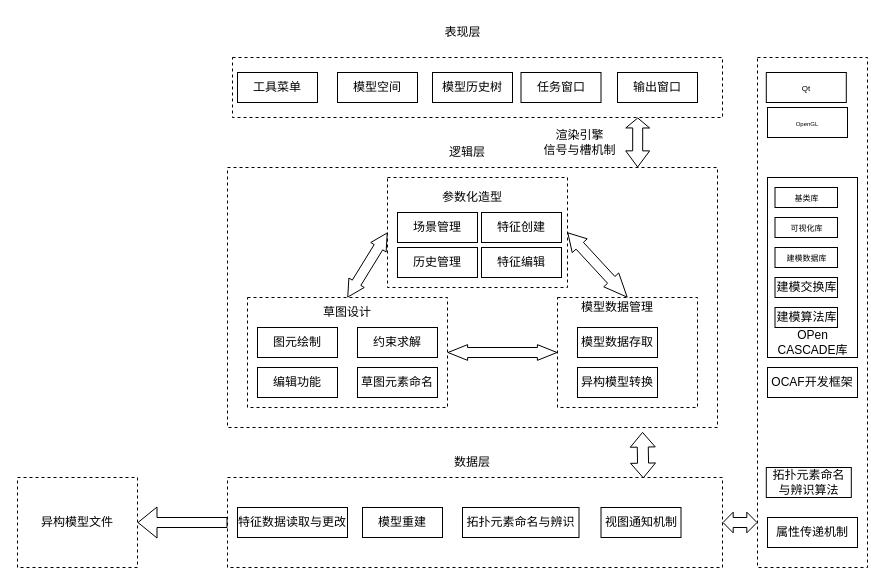
This is 系统分层架构图.drawio from liuhuliuhu123/First-test, a draw.io file, before an edit. Source tidied: cells renumbered, new cells numbered last; positions are measured from the earlier drawing's top-left corner, leaving out a move shared by most shapes. Both pictures are drawn from the tidied source at 100%, with x=0, y=0 at pixel (17, 17).
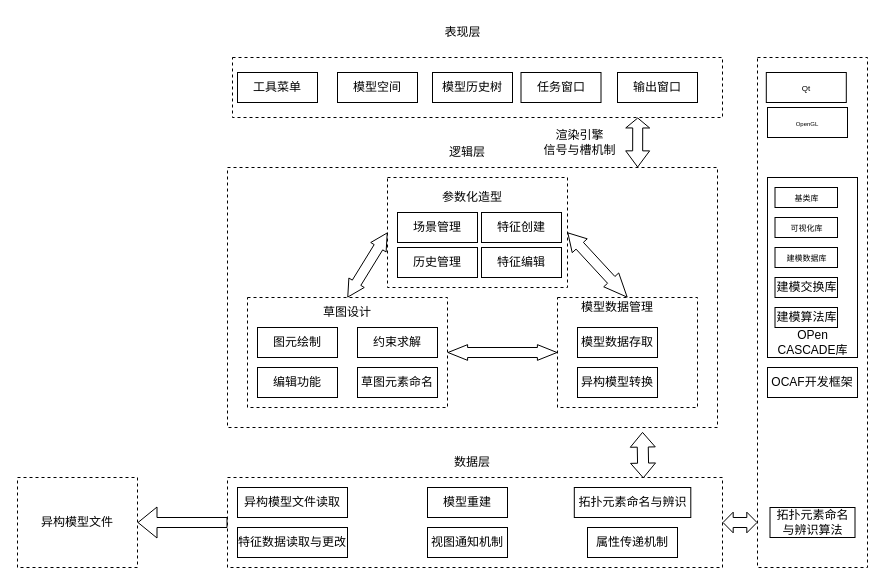
Above is the later version.

Commit message:
更新系统分层架构图.drawio

What changed in the source:
```diff
@@
     <mxCell id="34" value="拓扑元素命名与辨识算法" style="rounded=0;whiteSpace=wrap;html=1;" parent="1" vertex="1">
-      <mxGeometry x="748.8" y="450" width="85" height="30" as="geometry" />
+      <mxGeometry x="752.5" y="490" width="85" height="30" as="geometry" />
     </mxCell>
     <mxCell id="35" value="属性传递机制" style="rounded=0;whiteSpace=wrap;html=1;" parent="1" vertex="1">
-      <mxGeometry x="750" y="500" width="90" height="30" as="geometry" />
+      <mxGeometry x="570" y="510" width="90" height="30" as="geometry" />
     </mxCell>
@@
     <mxCell id="50" value="特征数据读取与更改" style="rounded=0;whiteSpace=wrap;html=1;" parent="1" vertex="1">
-      <mxGeometry x="220" y="490" width="110" height="30" as="geometry" />
+      <mxGeometry x="220" y="510" width="110" height="30" as="geometry" />
     </mxCell>
     <mxCell id="51" value="视图通知机制" style="rounded=0;whiteSpace=wrap;html=1;" parent="1" vertex="1">
-      <mxGeometry x="583.5" y="490" width="80" height="30" as="geometry" />
+      <mxGeometry x="410" y="510" width="80" height="30" as="geometry" />
     </mxCell>
     <mxCell id="52" value="模型重建" style="rounded=0;whiteSpace=wrap;html=1;" parent="1" vertex="1">
-      <mxGeometry x="345" y="490" width="80" height="30" as="geometry" />
+      <mxGeometry x="410" y="470" width="80" height="30" as="geometry" />
     </mxCell>
     <mxCell id="53" value="拓扑元素命名与辨识" style="rounded=0;whiteSpace=wrap;html=1;" parent="1" vertex="1">
-      <mxGeometry x="445" y="490" width="116.5" height="30" as="geometry" />
+      <mxGeometry x="556.8" y="470" width="116.5" height="30" as="geometry" />
     </mxCell>
@@
+    <mxCell id="56" value="异构模型文件读取" style="rounded=0;whiteSpace=wrap;html=1;" parent="1" vertex="1">
+      <mxGeometry x="220" y="470" width="110" height="30" as="geometry" />
+    </mxCell>
```
